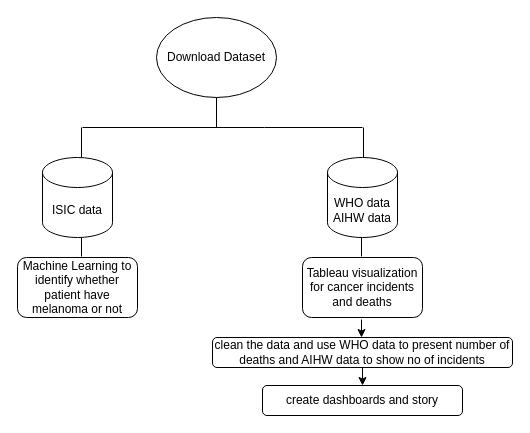
Before: Presentation/flow chart.drawio in pkrachakonda/Project4---Skin-Cancer-Classification-using-Deep-Learning, a draw.io diagram. Source tidied: cells renumbered, new cells numbered last; positions are measured from the earlier drawing's top-left corner, leaving out a move shared by most shapes. Both pictures are drawn from the tidied source at 100%, with x=0, y=0 at pixel (17, 17).
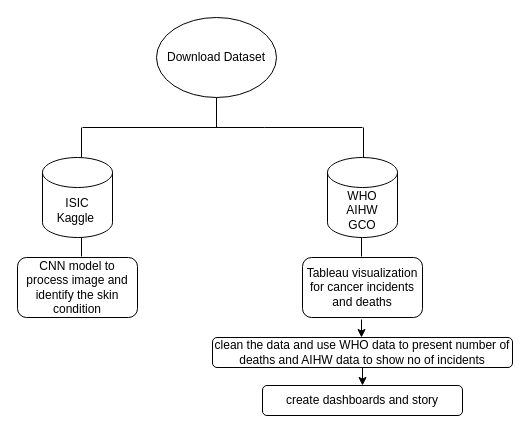
The same diagram, later.

Diff of the diagram source:
```diff
@@
-    <mxCell id="7" value="Machine Learning to identify whether patient have melanoma or not" style="rounded=1;whiteSpace=wrap;html=1;" parent="1" vertex="1">
+    <mxCell id="7" value="CNN model to process image and identify the skin condition" style="rounded=1;whiteSpace=wrap;html=1;" parent="1" vertex="1">
       <mxGeometry y="240" width="120" height="60" as="geometry" />
     </mxCell>
@@
-    <mxCell id="9" value="WHO data&lt;br&gt;AIHW data" style="shape=cylinder3;whiteSpace=wrap;html=1;boundedLbl=1;backgroundOutline=1;size=15;" parent="1" vertex="1">
+    <mxCell id="9" value="WHO&lt;br&gt;AIHW&lt;br&gt;GCO" style="shape=cylinder3;whiteSpace=wrap;html=1;boundedLbl=1;backgroundOutline=1;size=15;" parent="1" vertex="1">
       <mxGeometry x="310" y="140" width="70" height="80" as="geometry" />
     </mxCell>
-    <mxCell id="10" value="ISIC data" style="shape=cylinder3;whiteSpace=wrap;html=1;boundedLbl=1;backgroundOutline=1;size=15;" parent="1" vertex="1">
+    <mxCell id="10" value="ISIC &lt;br&gt;Kaggle&amp;nbsp;" style="shape=cylinder3;whiteSpace=wrap;html=1;boundedLbl=1;backgroundOutline=1;size=15;" parent="1" vertex="1">
       <mxGeometry x="25" y="140" width="70" height="80" as="geometry" />
     </mxCell>
```
